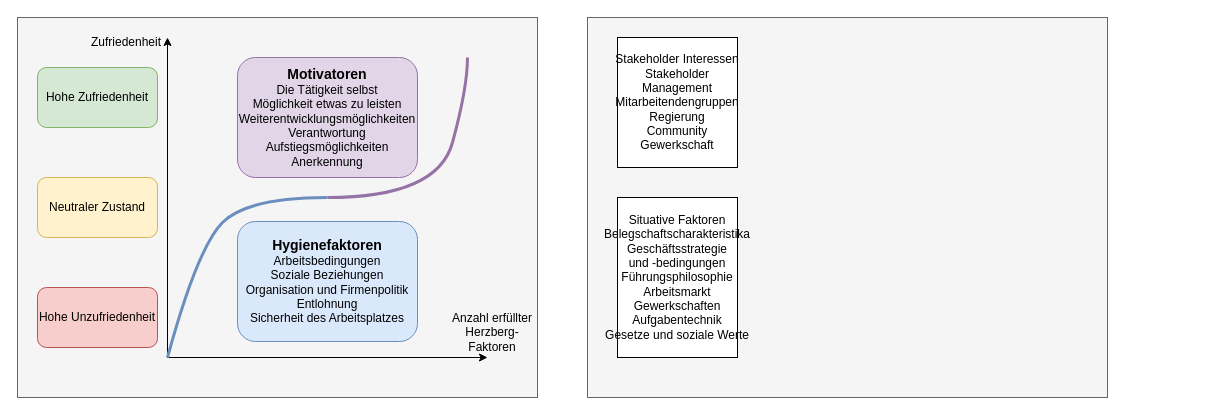
Above: Zwei Faktoren Theorie von Herzberg.drawio in SirBing/UML (draw.io), before the change. Source tidied: cells renumbered, new cells numbered last; positions are measured from the earlier drawing's top-left corner, leaving out a move shared by most shapes. Both pictures are drawn from the tidied source at 100%, with x=0, y=0 at pixel (17, 17).
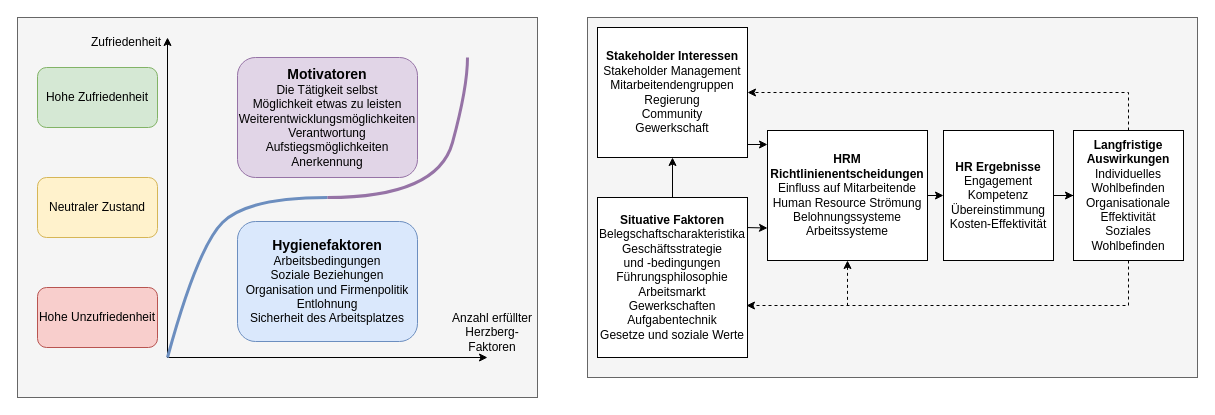
The same page after the edit.

What changed in the source:
```diff
@@
     <mxCell id="14" style="rounded=0;whiteSpace=wrap;html=1;fontSize=12;fillColor=#f5f5f5;fontColor=#333333;strokeColor=#666666;" parent="1" vertex="1">
-      <mxGeometry x="570" width="520" height="380" as="geometry" />
+      <mxGeometry x="570" width="610" height="360" as="geometry" />
     </mxCell>
-    <mxCell id="15" value="&lt;div&gt;Stakeholder Interessen&lt;/div&gt;&lt;div&gt;Stakeholder Management&lt;/div&gt;&lt;div&gt;Mitarbeitendengruppen&lt;/div&gt;&lt;div&gt;Regierung&lt;/div&gt;&lt;div&gt;Community&lt;/div&gt;&lt;div&gt;Gewerkschaft&lt;br&gt;&lt;/div&gt;" style="rounded=0;whiteSpace=wrap;html=1;" parent="1" vertex="1">
-      <mxGeometry x="600" y="20" width="120" height="130" as="geometry" />
+    <mxCell id="15" value="&lt;div&gt;&lt;b&gt;Stakeholder Interessen&lt;/b&gt;&lt;/div&gt;&lt;div&gt;Stakeholder Management&lt;/div&gt;&lt;div&gt;Mitarbeitendengruppen&lt;/div&gt;&lt;div&gt;Regierung&lt;/div&gt;&lt;div&gt;Community&lt;/div&gt;&lt;div&gt;Gewerkschaft&lt;br&gt;&lt;/div&gt;" style="rounded=0;whiteSpace=wrap;html=1;" parent="1" vertex="1">
+      <mxGeometry x="580" y="10" width="150" height="130" as="geometry" />
     </mxCell>
+    <mxCell id="17" style="edgeStyle=orthogonalEdgeStyle;rounded=0;jettySize=auto;html=1;exitX=0.5;exitY=0;exitDx=0;exitDy=0;entryX=0.5;entryY=1;entryDx=0;entryDy=0;" parent="1" edge="1" source="16" target="15">
+      <mxGeometry relative="1" as="geometry" />
+    </mxCell>
-    <mxCell id="16" value="&lt;div&gt;Situative Faktoren&lt;/div&gt;&lt;div&gt;Belegschaftscharakteristika&lt;/div&gt;&lt;div&gt;Geschäftsstrategie&lt;/div&gt;&lt;div&gt;und -bedingungen&lt;/div&gt;&lt;div&gt;Führungsphilosophie&lt;/div&gt;&lt;div&gt;Arbeitsmarkt&lt;/div&gt;&lt;div&gt;Gewerkschaften&lt;/div&gt;&lt;div&gt;Aufgabentechnik&lt;/div&gt;&lt;div&gt;Gesetze und soziale Werte&lt;br&gt;&lt;/div&gt;" style="rounded=0;whiteSpace=wrap;html=1;" parent="1" vertex="1">
-      <mxGeometry x="600" y="180" width="120" height="160" as="geometry" />
+    <mxCell id="16" value="&lt;div&gt;&lt;b&gt;Situative Faktoren&lt;/b&gt;&lt;/div&gt;&lt;div&gt;Belegschaftscharakteristika&lt;/div&gt;&lt;div&gt;Geschäftsstrategie&lt;/div&gt;&lt;div&gt;und -bedingungen&lt;/div&gt;&lt;div&gt;Führungsphilosophie&lt;/div&gt;&lt;div&gt;Arbeitsmarkt&lt;/div&gt;&lt;div&gt;Gewerkschaften&lt;/div&gt;&lt;div&gt;Aufgabentechnik&lt;/div&gt;&lt;div&gt;Gesetze und soziale Werte&lt;br&gt;&lt;/div&gt;" style="rounded=0;whiteSpace=wrap;html=1;" parent="1" vertex="1">
+      <mxGeometry x="580" y="180" width="150" height="160" as="geometry" />
     </mxCell>
+    <mxCell id="18" style="edgeStyle=orthogonalEdgeStyle;rounded=0;jettySize=auto;html=1;exitX=0.5;exitY=1;exitDx=0;exitDy=0;startArrow=classic;startFill=1;endArrow=none;endFill=0;dashed=1;" parent="1" edge="1" source="20">
+      <mxGeometry relative="1" as="geometry">
+        <mxPoint x="830" y="290" as="targetPoint" />
+        <Array as="points">
+          <mxPoint x="830" y="290" />
+        </Array>
+      </mxGeometry>
+    </mxCell>
+    <mxCell id="19" style="edgeStyle=orthogonalEdgeStyle;rounded=0;jettySize=auto;html=1;exitX=1;exitY=0.5;exitDx=0;exitDy=0;entryX=0;entryY=0.5;entryDx=0;entryDy=0;startArrow=none;startFill=0;endArrow=classic;endFill=1;" parent="1" edge="1" source="20" target="22">
+      <mxGeometry relative="1" as="geometry" />
+    </mxCell>
+    <mxCell id="20" value="&lt;div&gt;&lt;b&gt;HRM Richtlinienentscheidungen&lt;/b&gt;&lt;/div&gt;&lt;div&gt;Einfluss auf Mitarbeitende&lt;/div&gt;&lt;div&gt;Human Resource Strömung&lt;/div&gt;&lt;div&gt;Belohnungssysteme&lt;/div&gt;&lt;div&gt;Arbeitssysteme&lt;br&gt;&lt;/div&gt;" style="rounded=0;whiteSpace=wrap;html=1;" parent="1" vertex="1">
+      <mxGeometry x="750" y="113" width="160" height="130" as="geometry" />
+    </mxCell>
+    <mxCell id="21" style="edgeStyle=orthogonalEdgeStyle;rounded=0;jettySize=auto;html=1;entryX=0;entryY=0.5;entryDx=0;entryDy=0;startArrow=none;startFill=0;endArrow=classic;endFill=1;" parent="1" edge="1" source="22" target="25">
+      <mxGeometry relative="1" as="geometry" />
+    </mxCell>
+    <mxCell id="22" value="&lt;div&gt;&lt;b&gt;HR Ergebnisse&lt;/b&gt;&lt;br&gt;&lt;/div&gt;&lt;div&gt;Engagement&lt;/div&gt;&lt;div&gt;Kompetenz&lt;/div&gt;&lt;div&gt;Übereinstimmung&lt;/div&gt;&lt;div&gt;Kosten-Effektivität&lt;br&gt;&lt;/div&gt;" style="rounded=0;whiteSpace=wrap;html=1;" parent="1" vertex="1">
+      <mxGeometry x="926" y="113" width="110" height="130" as="geometry" />
+    </mxCell>
+    <mxCell id="23" style="edgeStyle=orthogonalEdgeStyle;rounded=0;jettySize=auto;html=1;entryX=0.993;entryY=0.675;entryDx=0;entryDy=0;entryPerimeter=0;exitX=0.5;exitY=1;exitDx=0;exitDy=0;dashed=1;" parent="1" edge="1" source="25" target="16">
+      <mxGeometry relative="1" as="geometry" />
+    </mxCell>
+    <mxCell id="24" style="edgeStyle=orthogonalEdgeStyle;rounded=0;jettySize=auto;html=1;startArrow=none;startFill=0;endArrow=classic;endFill=1;exitX=0.5;exitY=0;exitDx=0;exitDy=0;dashed=1;" parent="1" edge="1" source="25" target="15">
+      <mxGeometry relative="1" as="geometry" />
+    </mxCell>
+    <mxCell id="25" value="&lt;div&gt;&lt;b&gt;Langfristige Auswirkungen&lt;/b&gt;&lt;/div&gt;&lt;div&gt;Individuelles Wohlbefinden&lt;/div&gt;&lt;div&gt;Organisationale Effektivität&lt;/div&gt;&lt;div&gt;Soziales Wohlbefinden&lt;br&gt;&lt;/div&gt;" style="rounded=0;whiteSpace=wrap;html=1;" parent="1" vertex="1">
+      <mxGeometry x="1056" y="113" width="110" height="130" as="geometry" />
+    </mxCell>
+    <mxCell id="26" style="endArrow=classic;html=1;rounded=0;exitX=1;exitY=0.9;exitDx=0;exitDy=0;exitPerimeter=0;" parent="1" edge="1" source="15">
+      <mxGeometry relative="1" as="geometry">
+        <mxPoint x="750" y="127" as="targetPoint" />
+      </mxGeometry>
+    </mxCell>
+    <mxCell id="27" style="endArrow=classic;html=1;rounded=0;entryX=0;entryY=0.75;entryDx=0;entryDy=0;exitX=1;exitY=0.188;exitDx=0;exitDy=0;exitPerimeter=0;" parent="1" edge="1" source="16" target="20">
+      <mxGeometry relative="1" as="geometry" />
+    </mxCell>
```
